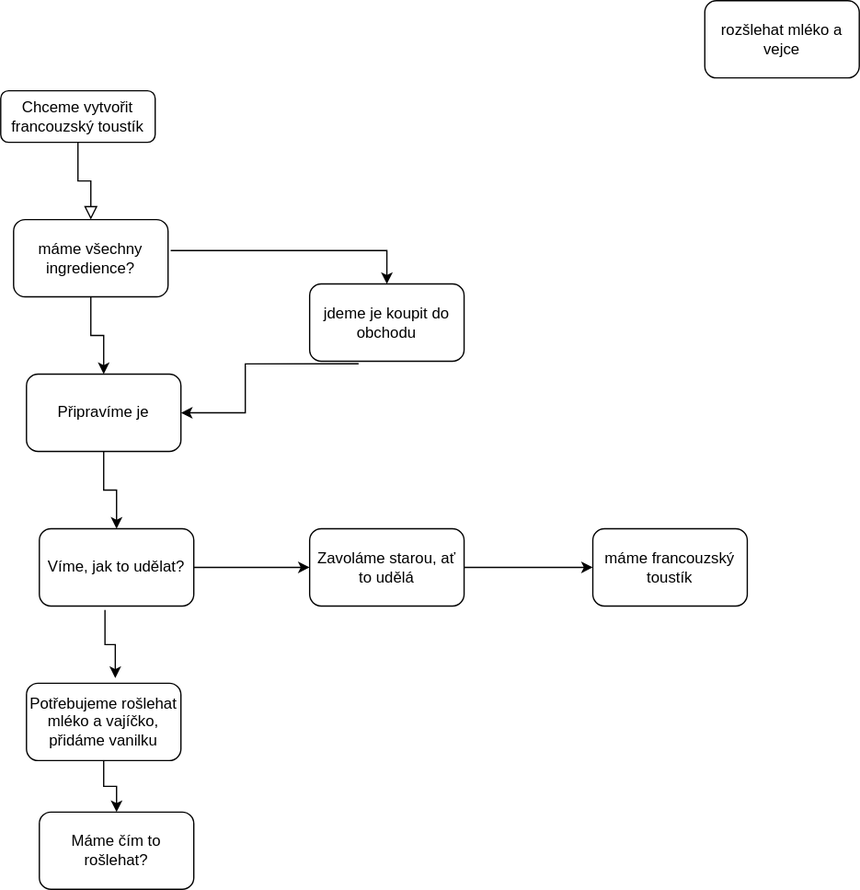
Earlier version of the draw.io export Untitled Diagram.drawio.svg (kostlanovec/pslib). Source tidied: cells renumbered, new cells last; positions are measured from the earlier drawing's top-left corner, leaving out a move shared by most shapes.
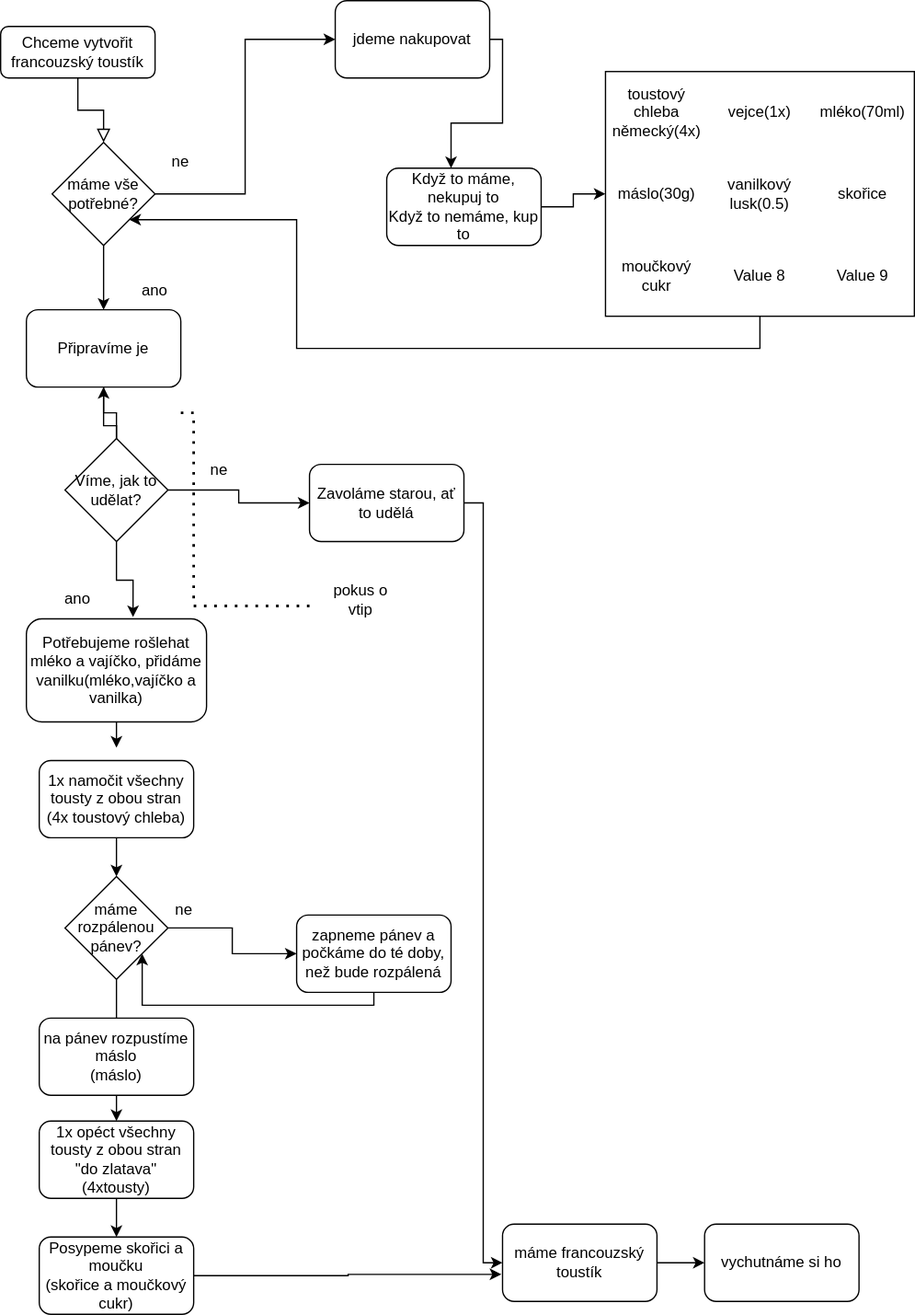
Later version of the same file.

What changed in the source:
```diff
@@ -2,38 +2,33 @@
   <root>
     <mxCell id="0" />
     <mxCell id="1" parent="0" />
-    <mxCell id="2" style="rounded=0;html=1;jettySize=auto;fontSize=11;endArrow=block;endFill=0;endSize=8;strokeWidth=1;shadow=0;labelBackgroundColor=none;edgeStyle=orthogonalEdgeStyle;" parent="1" edge="1" source="3" target="5">
+    <mxCell id="2" style="rounded=0;html=1;jettySize=auto;fontSize=11;endArrow=block;endFill=0;endSize=8;strokeWidth=1;shadow=0;labelBackgroundColor=none;edgeStyle=orthogonalEdgeStyle;entryX=0.5;entryY=0;entryDx=0;entryDy=0;" parent="1" edge="1" source="3" target="22">
       <mxGeometry relative="1" as="geometry" />
     </mxCell>
     <mxCell id="3" value="Chceme vytvořit francouzský toustík" style="rounded=1;whiteSpace=wrap;html=1;fontSize=12;glass=0;strokeWidth=1;shadow=0;" parent="1" vertex="1">
       <mxGeometry y="70" width="120" height="40" as="geometry" />
     </mxCell>
-    <mxCell id="4" value="rozšlehat mléko a vejce" style="rounded=1;whiteSpace=wrap;html=1;" parent="1" vertex="1">
-      <mxGeometry x="547" width="120" height="60" as="geometry" />
-    </mxCell>
-    <mxCell id="5" value="máme všechny ingredience?" style="rounded=1;whiteSpace=wrap;html=1;" parent="1" vertex="1">
-      <mxGeometry x="10" y="170" width="120" height="60" as="geometry" />
-    </mxCell>
     <mxCell id="6" value="Připravíme je" style="rounded=1;whiteSpace=wrap;html=1;" parent="1" vertex="1">
       <mxGeometry x="20" y="290" width="120" height="60" as="geometry" />
     </mxCell>
-    <mxCell id="7" value="jdeme je koupit do obchodu" style="rounded=1;whiteSpace=wrap;html=1;" parent="1" vertex="1">
-      <mxGeometry x="240" y="220" width="120" height="60" as="geometry" />
+    <mxCell id="7" value="jdeme nakupovat" style="rounded=1;whiteSpace=wrap;html=1;" parent="1" vertex="1">
+      <mxGeometry x="260" y="50" width="120" height="60" as="geometry" />
     </mxCell>
-    <mxCell id="8" style="endArrow=classic;html=1;rounded=0;edgeStyle=orthogonalEdgeStyle;entryX=0.5;entryY=0;entryDx=0;entryDy=0;exitX=1.017;exitY=0.4;exitDx=0;exitDy=0;exitPerimeter=0;" parent="1" edge="1" source="5" target="7">
+    <mxCell id="8" style="endArrow=classic;html=1;rounded=0;edgeStyle=orthogonalEdgeStyle;exitX=1;exitY=0.5;exitDx=0;exitDy=0;entryX=0;entryY=0.5;entryDx=0;entryDy=0;" parent="1" edge="1" source="22" target="7">
       <mxGeometry relative="1" as="geometry" />
     </mxCell>
-    <mxCell id="9" style="endArrow=classic;html=1;rounded=0;edgeStyle=orthogonalEdgeStyle;exitX=0.5;exitY=1;exitDx=0;exitDy=0;entryX=0.5;entryY=0;entryDx=0;entryDy=0;" parent="1" edge="1" source="5" target="6">
+    <mxCell id="9" style="endArrow=classic;html=1;rounded=0;edgeStyle=orthogonalEdgeStyle;exitX=0.5;exitY=1;exitDx=0;exitDy=0;entryX=0.5;entryY=0;entryDx=0;entryDy=0;" parent="1" edge="1" source="22" target="6">
       <mxGeometry relative="1" as="geometry" />
     </mxCell>
-    <mxCell id="10" style="endArrow=classic;html=1;rounded=0;edgeStyle=orthogonalEdgeStyle;entryX=1;entryY=0.5;entryDx=0;entryDy=0;exitX=0.317;exitY=1.033;exitDx=0;exitDy=0;exitPerimeter=0;" parent="1" edge="1" source="7" target="6">
-      <mxGeometry relative="1" as="geometry" />
+    <mxCell id="10" style="endArrow=classic;html=1;rounded=0;edgeStyle=orthogonalEdgeStyle;exitX=1;exitY=0.5;exitDx=0;exitDy=0;" parent="1" edge="1" source="7">
+      <mxGeometry relative="1" as="geometry">
+        <mxPoint x="350" y="180" as="targetPoint" />
+      </mxGeometry>
     </mxCell>
-    <mxCell id="11" value="Víme, jak to udělat?" style="rounded=1;whiteSpace=wrap;html=1;" parent="1" vertex="1">
-      <mxGeometry x="30" y="410" width="120" height="60" as="geometry" />
-    </mxCell>
-    <mxCell id="12" style="endArrow=classic;html=1;rounded=0;edgeStyle=orthogonalEdgeStyle;exitX=0.5;exitY=1;exitDx=0;exitDy=0;entryX=0.5;entryY=0;entryDx=0;entryDy=0;" parent="1" edge="1" source="6" target="11">
-      <mxGeometry relative="1" as="geometry" />
+    <mxCell id="12" style="endArrow=classic;html=1;rounded=0;edgeStyle=orthogonalEdgeStyle;exitX=0.5;exitY=1;exitDx=0;exitDy=0;entryX=0.5;entryY=0;entryDx=0;entryDy=0;" parent="1" edge="1" source="6">
+      <mxGeometry relative="1" as="geometry">
+        <mxPoint x="90" y="410" as="targetPoint" />
+      </mxGeometry>
     </mxCell>
     <mxCell id="13" value="Zavoláme starou, ať to udělá" style="rounded=1;whiteSpace=wrap;html=1;" parent="1" vertex="1">
       <mxGeometry x="240" y="410" width="120" height="60" as="geometry" />
@@ -41,25 +36,173 @@
     <mxCell id="14" style="endArrow=classic;html=1;rounded=0;edgeStyle=orthogonalEdgeStyle;exitX=1;exitY=0.5;exitDx=0;exitDy=0;entryX=0;entryY=0.5;entryDx=0;entryDy=0;" parent="1" edge="1" source="11" target="13">
       <mxGeometry relative="1" as="geometry" />
     </mxCell>
+    <mxCell id="21" style="edgeStyle=orthogonalEdgeStyle;rounded=0;jettySize=auto;html=1;exitX=0;exitY=0.5;exitDx=0;exitDy=0;" parent="1" edge="1" source="15">
+      <mxGeometry relative="1" as="geometry">
+        <mxPoint x="400" y="1030" as="targetPoint" />
+      </mxGeometry>
+    </mxCell>
     <mxCell id="15" value="máme francouzský toustík" style="rounded=1;whiteSpace=wrap;html=1;" parent="1" vertex="1">
-      <mxGeometry x="460" y="410" width="120" height="60" as="geometry" />
+      <mxGeometry x="390" y="1000" width="120" height="60" as="geometry" />
     </mxCell>
     <mxCell id="16" style="endArrow=classic;html=1;rounded=0;edgeStyle=orthogonalEdgeStyle;entryX=0;entryY=0.5;entryDx=0;entryDy=0;" parent="1" edge="1" target="15">
       <mxGeometry relative="1" as="geometry">
         <mxPoint x="360" y="440" as="sourcePoint" />
       </mxGeometry>
     </mxCell>
-    <mxCell id="17" value="Potřebujeme rošlehat mléko a vajíčko, přidáme vanilku" style="rounded=1;whiteSpace=wrap;html=1;" parent="1" vertex="1">
-      <mxGeometry x="20" y="530" width="120" height="60" as="geometry" />
+    <mxCell id="17" value="Potřebujeme rošlehat mléko a vajíčko, přidáme vanilku(mléko,vajíčko a vanilka)" style="rounded=1;whiteSpace=wrap;html=1;" parent="1" vertex="1">
+      <mxGeometry x="20" y="530" width="140" height="80" as="geometry" />
     </mxCell>
+    <mxCell id="20" style="endArrow=classic;html=1;rounded=0;edgeStyle=orthogonalEdgeStyle;exitX=0.5;exitY=1;exitDx=0;exitDy=0;entryX=0.5;entryY=0;entryDx=0;entryDy=0;" parent="1" edge="1" source="17">
+      <mxGeometry relative="1" as="geometry">
+        <mxPoint x="90" y="630" as="targetPoint" />
+      </mxGeometry>
+    </mxCell>
+    <mxCell id="22" value="máme vše potřebné?" style="rhombus;whiteSpace=wrap;html=1;" parent="1" vertex="1">
+      <mxGeometry x="40" y="160" width="80" height="80" as="geometry" />
+    </mxCell>
+    <mxCell id="23" style="edgeStyle=orthogonalEdgeStyle;rounded=0;jettySize=auto;html=1;" parent="1" edge="1" source="11" target="6">
+      <mxGeometry relative="1" as="geometry" />
+    </mxCell>
-    <mxCell id="18" style="endArrow=classic;html=1;rounded=0;edgeStyle=orthogonalEdgeStyle;exitX=0.425;exitY=1.05;exitDx=0;exitDy=0;exitPerimeter=0;entryX=0.575;entryY=-0.067;entryDx=0;entryDy=0;entryPerimeter=0;" parent="1" edge="1" source="11" target="17">
+    <mxCell id="18" style="edgeStyle=orthogonalEdgeStyle;rounded=0;jettySize=auto;html=1;entryX=0.592;entryY=-0.017;entryDx=0;entryDy=0;entryPerimeter=0;" parent="1" edge="1" source="11" target="17">
       <mxGeometry relative="1" as="geometry" />
     </mxCell>
-    <mxCell id="19" value="Máme čím to rošlehat?" style="rounded=1;whiteSpace=wrap;html=1;" parent="1" vertex="1">
-      <mxGeometry x="30" y="630" width="120" height="60" as="geometry" />
-    </mxCell>
-    <mxCell id="20" style="endArrow=classic;html=1;rounded=0;edgeStyle=orthogonalEdgeStyle;exitX=0.5;exitY=1;exitDx=0;exitDy=0;entryX=0.5;entryY=0;entryDx=0;entryDy=0;" parent="1" edge="1" source="17" target="19">
-      <mxGeometry relative="1" as="geometry" />
-    </mxCell>
+    <mxCell id="11" value="Víme, jak to udělat?" style="rhombus;whiteSpace=wrap;html=1;" parent="1" vertex="1">
+      <mxGeometry x="50" y="390" width="80" height="80" as="geometry" />
+    </mxCell>
+    <mxCell id="24" value="ne" style="text;html=1;strokeColor=none;fillColor=none;align=center;verticalAlign=middle;whiteSpace=wrap;rounded=0;" parent="1" vertex="1">
+      <mxGeometry x="110" y="160" width="60" height="30" as="geometry" />
+    </mxCell>
+    <mxCell id="25" value="ano" style="text;html=1;strokeColor=none;fillColor=none;align=center;verticalAlign=middle;whiteSpace=wrap;rounded=0;" parent="1" vertex="1">
+      <mxGeometry x="90" y="260" width="60" height="30" as="geometry" />
+    </mxCell>
+    <mxCell id="26" value="&lt;div&gt;ne&lt;/div&gt;" style="text;html=1;strokeColor=none;fillColor=none;align=center;verticalAlign=middle;whiteSpace=wrap;rounded=0;" parent="1" vertex="1">
+      <mxGeometry x="140" y="400" width="60" height="30" as="geometry" />
+    </mxCell>
+    <mxCell id="27" value="ano" style="text;html=1;strokeColor=none;fillColor=none;align=center;verticalAlign=middle;whiteSpace=wrap;rounded=0;" parent="1" vertex="1">
+      <mxGeometry x="30" y="500" width="60" height="30" as="geometry" />
+    </mxCell>
+    <mxCell id="28" style="endArrow=none;dashed=1;html=1;dashPattern=1 3;strokeWidth=2;rounded=0;edgeStyle=orthogonalEdgeStyle;" parent="1" edge="1">
+      <mxGeometry relative="1" as="geometry">
+        <mxPoint x="240" y="520" as="sourcePoint" />
+        <mxPoint x="140" y="370" as="targetPoint" />
+        <Array as="points">
+          <mxPoint x="150" y="520" />
+          <mxPoint x="150" y="370" />
+        </Array>
+      </mxGeometry>
+    </mxCell>
+    <mxCell id="29" value="pokus o vtip" style="text;html=1;strokeColor=none;fillColor=none;align=center;verticalAlign=middle;whiteSpace=wrap;rounded=0;" parent="1" vertex="1">
+      <mxGeometry x="250" y="500" width="60" height="30" as="geometry" />
+    </mxCell>
+    <mxCell id="30" style="endArrow=classic;html=1;rounded=0;edgeStyle=orthogonalEdgeStyle;exitX=1;exitY=0.5;exitDx=0;exitDy=0;entryX=0;entryY=0.5;entryDx=0;entryDy=0;" parent="1" edge="1" source="32" target="38">
+      <mxGeometry relative="1" as="geometry" />
+    </mxCell>
+    <mxCell id="31" style="endArrow=classic;html=1;rounded=0;edgeStyle=orthogonalEdgeStyle;entryX=1;entryY=1;entryDx=0;entryDy=0;exitX=0;exitY=0.5;exitDx=0;exitDy=0;" parent="1" edge="1" source="38" target="22">
+      <mxGeometry relative="1" as="geometry">
+        <Array as="points">
+          <mxPoint x="590" y="200" />
+          <mxPoint x="590" y="320" />
+          <mxPoint x="230" y="320" />
+          <mxPoint x="230" y="220" />
+        </Array>
+      </mxGeometry>
+    </mxCell>
+    <mxCell id="32" value="&lt;div&gt;Když to máme, nekupuj to&lt;/div&gt;&lt;div&gt;Když to nemáme, kup to&lt;br&gt;&lt;/div&gt;" style="rounded=1;whiteSpace=wrap;html=1;" parent="1" vertex="1">
+      <mxGeometry x="300" y="180" width="120" height="60" as="geometry" />
+    </mxCell>
+    <mxCell id="33" style="shape=table;html=1;whiteSpace=wrap;startSize=0;columnLines=0;rowLines=0;" parent="1" vertex="1">
+      <mxGeometry x="470" y="105" width="240" height="190" as="geometry" />
+    </mxCell>
+    <mxCell id="34" style="shape=partialRectangle;html=1;whiteSpace=wrap;fillColor=none;top=0;left=0;bottom=0;right=0;" parent="33" vertex="1">
+      <mxGeometry width="240" height="63" as="geometry" />
+    </mxCell>
+    <mxCell id="35" value="toustový chleba německý(4x)" style="shape=partialRectangle;html=1;whiteSpace=wrap;fillColor=none;top=0;left=0;bottom=0;right=0;overflow=hidden;" parent="34" vertex="1">
+      <mxGeometry width="80" height="63" as="geometry" />
+    </mxCell>
+    <mxCell id="36" value="vejce(1x)" style="shape=partialRectangle;html=1;whiteSpace=wrap;fillColor=none;top=0;left=0;bottom=0;right=0;overflow=hidden;" parent="34" vertex="1">
+      <mxGeometry x="80" width="80" height="63" as="geometry" />
+    </mxCell>
+    <mxCell id="37" value="mléko(70ml)" style="shape=partialRectangle;html=1;whiteSpace=wrap;fillColor=none;top=0;left=0;bottom=0;right=0;overflow=hidden;" parent="34" vertex="1">
+      <mxGeometry x="160" width="80" height="63" as="geometry" />
+    </mxCell>
+    <mxCell id="38" style="shape=partialRectangle;html=1;whiteSpace=wrap;fillColor=none;top=0;left=0;bottom=0;right=0;points=[[0,0.5],[1,0.5]];portConstraint=eastwest;" parent="33" vertex="1">
+      <mxGeometry y="63" width="240" height="64" as="geometry" />
+    </mxCell>
+    <mxCell id="39" value="máslo(30g)" style="shape=partialRectangle;html=1;whiteSpace=wrap;fillColor=none;top=0;left=0;bottom=0;right=0;overflow=hidden;" parent="38" vertex="1">
+      <mxGeometry width="80" height="64" as="geometry" />
+    </mxCell>
+    <mxCell id="40" value="vanilkový lusk(0.5)" style="shape=partialRectangle;html=1;whiteSpace=wrap;fillColor=none;top=0;left=0;bottom=0;right=0;overflow=hidden;" parent="38" vertex="1">
+      <mxGeometry x="80" width="80" height="64" as="geometry" />
+    </mxCell>
+    <mxCell id="41" value="skořice" style="shape=partialRectangle;html=1;whiteSpace=wrap;fillColor=none;top=0;left=0;bottom=0;right=0;overflow=hidden;" parent="38" vertex="1">
+      <mxGeometry x="160" width="80" height="64" as="geometry" />
+    </mxCell>
+    <mxCell id="42" style="shape=partialRectangle;html=1;whiteSpace=wrap;fillColor=none;top=0;left=0;bottom=0;right=0;" parent="33" vertex="1">
+      <mxGeometry y="127" width="240" height="63" as="geometry" />
+    </mxCell>
+    <mxCell id="43" value="moučkový cukr" style="shape=partialRectangle;html=1;whiteSpace=wrap;fillColor=none;top=0;left=0;bottom=0;right=0;overflow=hidden;" parent="42" vertex="1">
+      <mxGeometry width="80" height="63" as="geometry" />
+    </mxCell>
+    <mxCell id="44" value="Value 8" style="shape=partialRectangle;html=1;whiteSpace=wrap;fillColor=none;top=0;left=0;bottom=0;right=0;overflow=hidden;" parent="42" vertex="1">
+      <mxGeometry x="80" width="80" height="63" as="geometry" />
+    </mxCell>
+    <mxCell id="45" value="Value 9" style="shape=partialRectangle;html=1;whiteSpace=wrap;fillColor=none;top=0;left=0;bottom=0;right=0;overflow=hidden;" parent="42" vertex="1">
+      <mxGeometry x="160" width="80" height="63" as="geometry" />
+    </mxCell>
+    <mxCell id="46" value="&lt;div&gt;1x namočit všechny tousty z obou stran&lt;br&gt;&lt;/div&gt;&lt;div&gt;(4x toustový chleba)&lt;br&gt;&lt;/div&gt;" style="rounded=1;whiteSpace=wrap;html=1;" parent="1" vertex="1">
+      <mxGeometry x="30" y="640" width="120" height="60" as="geometry" />
+    </mxCell>
+    <mxCell id="47" value="máme rozpálenou pánev?" style="rhombus;whiteSpace=wrap;html=1;" parent="1" vertex="1">
+      <mxGeometry x="50" y="730" width="80" height="80" as="geometry" />
+    </mxCell>
+    <mxCell id="48" value="zapneme pánev a počkáme do té doby, než bude rozpálená" style="rounded=1;whiteSpace=wrap;html=1;" parent="1" vertex="1">
+      <mxGeometry x="230" y="760" width="120" height="60" as="geometry" />
+    </mxCell>
+    <mxCell id="49" style="endArrow=classic;html=1;rounded=0;edgeStyle=orthogonalEdgeStyle;exitX=0.5;exitY=1;exitDx=0;exitDy=0;entryX=0.5;entryY=0;entryDx=0;entryDy=0;" parent="1" edge="1" source="46" target="47">
+      <mxGeometry relative="1" as="geometry" />
+    </mxCell>
+    <mxCell id="50" style="endArrow=classic;html=1;rounded=0;edgeStyle=orthogonalEdgeStyle;exitX=1;exitY=0.5;exitDx=0;exitDy=0;entryX=0;entryY=0.5;entryDx=0;entryDy=0;" parent="1" edge="1" source="47" target="48">
+      <mxGeometry relative="1" as="geometry" />
+    </mxCell>
+    <mxCell id="51" style="endArrow=classic;html=1;rounded=0;edgeStyle=orthogonalEdgeStyle;entryX=1;entryY=1;entryDx=0;entryDy=0;exitX=0.5;exitY=1;exitDx=0;exitDy=0;" parent="1" edge="1" source="48" target="47">
+      <mxGeometry relative="1" as="geometry">
+        <Array as="points">
+          <mxPoint x="290" y="830" />
+          <mxPoint x="110" y="830" />
+        </Array>
+      </mxGeometry>
+    </mxCell>
+    <mxCell id="52" style="endArrow=classic;html=1;rounded=0;edgeStyle=orthogonalEdgeStyle;exitX=0.5;exitY=1;exitDx=0;exitDy=0;" parent="1" edge="1" source="47">
+      <mxGeometry relative="1" as="geometry">
+        <mxPoint x="90" y="900" as="targetPoint" />
+      </mxGeometry>
+    </mxCell>
+    <mxCell id="53" value="ne" style="text;strokeColor=none;fillColor=none;align=left;verticalAlign=middle;spacingLeft=4;spacingRight=4;overflow=hidden;" parent="1" vertex="1">
+      <mxGeometry x="130" y="740" width="80" height="30" as="geometry" />
+    </mxCell>
+    <mxCell id="54" value="&lt;div&gt;na pánev rozpustíme máslo&lt;/div&gt;&lt;div&gt;(máslo)&lt;br&gt;&lt;/div&gt;" style="rounded=1;whiteSpace=wrap;html=1;" parent="1" vertex="1">
+      <mxGeometry x="30" y="840" width="120" height="60" as="geometry" />
+    </mxCell>
+    <mxCell id="55" value="&lt;div&gt;1x opéct všechny tousty z obou stran &quot;do zlatava&quot;&lt;/div&gt;&lt;div&gt;(4xtousty)&lt;br&gt;&lt;/div&gt;" style="rounded=1;whiteSpace=wrap;html=1;" parent="1" vertex="1">
+      <mxGeometry x="30" y="920" width="120" height="60" as="geometry" />
+    </mxCell>
+    <mxCell id="56" style="endArrow=classic;html=1;rounded=0;edgeStyle=orthogonalEdgeStyle;exitX=0.5;exitY=1;exitDx=0;exitDy=0;entryX=0.5;entryY=0;entryDx=0;entryDy=0;" parent="1" edge="1" source="54" target="55">
+      <mxGeometry relative="1" as="geometry" />
+    </mxCell>
+    <mxCell id="57" value="&lt;div&gt;Posypeme skořici a moučku&lt;/div&gt;&lt;div&gt;(skořice a moučkový cukr)&lt;br&gt;&lt;/div&gt;" style="rounded=1;whiteSpace=wrap;html=1;" parent="1" vertex="1">
+      <mxGeometry x="30" y="1010" width="120" height="60" as="geometry" />
+    </mxCell>
+    <mxCell id="58" style="endArrow=classic;html=1;rounded=0;edgeStyle=orthogonalEdgeStyle;exitX=0.5;exitY=1;exitDx=0;exitDy=0;entryX=0.5;entryY=0;entryDx=0;entryDy=0;" parent="1" edge="1" source="55" target="57">
+      <mxGeometry relative="1" as="geometry" />
+    </mxCell>
+    <mxCell id="59" style="endArrow=classic;html=1;rounded=0;edgeStyle=orthogonalEdgeStyle;exitX=1;exitY=0.5;exitDx=0;exitDy=0;entryX=-0.008;entryY=0.65;entryDx=0;entryDy=0;entryPerimeter=0;" parent="1" edge="1" source="57" target="15">
+      <mxGeometry relative="1" as="geometry" />
+    </mxCell>
+    <mxCell id="60" value="vychutnáme si ho" style="rounded=1;whiteSpace=wrap;html=1;" parent="1" vertex="1">
+      <mxGeometry x="547" y="1000" width="120" height="60" as="geometry" />
+    </mxCell>
+    <mxCell id="61" style="endArrow=classic;html=1;rounded=0;edgeStyle=orthogonalEdgeStyle;exitX=1;exitY=0.5;exitDx=0;exitDy=0;entryX=0;entryY=0.5;entryDx=0;entryDy=0;" parent="1" edge="1" source="15" target="60">
+      <mxGeometry relative="1" as="geometry" />
+    </mxCell>
   </root>
 </mxGraphModel>
```
